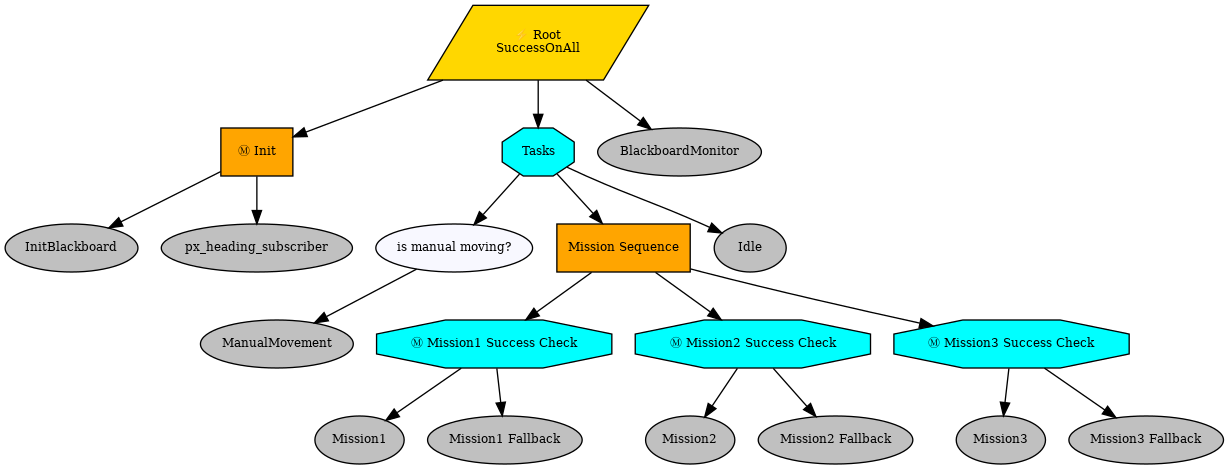
Above: root.png in AMV-UI/KKI-25 (Graphviz), before the change. Its source is kept beside it as root.dot.
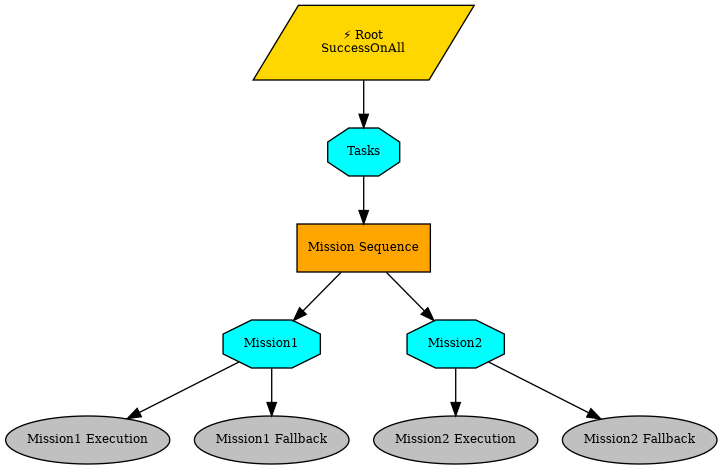
After the change.

Diff of the diagram source:
```diff
@@ -3,41 +3,21 @@
 graph [fontname="times-roman"];
 node [fontname="times-roman"];
 edge [fontname="times-roman"];
-Root [fillcolor=gold, fontcolor=black, fontsize=9, label="⚡ Root\nSuccessOnAll", shape=parallelogram, style=filled];
-Init [fillcolor=orange, fontcolor=black, fontsize=9, label="Ⓜ Init", shape=box, style=filled];
-Root -> Init;
-InitBlackboard [fillcolor=gray, fontcolor=black, fontsize=9, label=InitBlackboard, shape=ellipse, style=filled];
-Init -> InitBlackboard;
-px_heading_subscriber [fillcolor=gray, fontcolor=black, fontsize=9, label=px_heading_subscriber, shape=ellipse, style=filled];
-Init -> px_heading_subscriber;
-Tasks [fillcolor=cyan, fontcolor=black, fontsize=9, label=Tasks, shape=octagon, style=filled];
+Root [label="⚡ Root\nSuccessOnAll", shape=parallelogram, style=filled, fillcolor=gold, fontsize=9, fontcolor=black];
+Tasks [label=Tasks, shape=octagon, style=filled, fillcolor=cyan, fontsize=9, fontcolor=black];
 Root -> Tasks;
-"is manual moving?" [fillcolor=ghostwhite, fontcolor=black, fontsize=9, label="is manual moving?", shape=ellipse, style=filled];
-Tasks -> "is manual moving?";
-ManualMovement [fillcolor=gray, fontcolor=black, fontsize=9, label=ManualMovement, shape=ellipse, style=filled];
-"is manual moving?" -> ManualMovement;
-"Mission Sequence" [fillcolor=orange, fontcolor=black, fontsize=9, label="Mission Sequence", shape=box, style=filled];
+"Mission Sequence" [label="Mission Sequence", shape=box, style=filled, fillcolor=orange, fontsize=9, fontcolor=black];
 Tasks -> "Mission Sequence";
-"Mission1 Success Check" [fillcolor=cyan, fontcolor=black, fontsize=9, label="Ⓜ Mission1 Success Check", shape=octagon, style=filled];
-"Mission Sequence" -> "Mission1 Success Check";
-Mission1 [fillcolor=gray, fontcolor=black, fontsize=9, label=Mission1, shape=ellipse, style=filled];
-"Mission1 Success Check" -> Mission1;
-"Mission1 Fallback" [fillcolor=gray, fontcolor=black, fontsize=9, label="Mission1 Fallback", shape=ellipse, style=filled];
-"Mission1 Success Check" -> "Mission1 Fallback";
-"Mission2 Success Check" [fillcolor=cyan, fontcolor=black, fontsize=9, label="Ⓜ Mission2 Success Check", shape=octagon, style=filled];
-"Mission Sequence" -> "Mission2 Success Check";
-Mission2 [fillcolor=gray, fontcolor=black, fontsize=9, label=Mission2, shape=ellipse, style=filled];
-"Mission2 Success Check" -> Mission2;
-"Mission2 Fallback" [fillcolor=gray, fontcolor=black, fontsize=9, label="Mission2 Fallback", shape=ellipse, style=filled];
-"Mission2 Success Check" -> "Mission2 Fallback";
-"Mission3 Success Check" [fillcolor=cyan, fontcolor=black, fontsize=9, label="Ⓜ Mission3 Success Check", shape=octagon, style=filled];
-"Mission Sequence" -> "Mission3 Success Check";
-Mission3 [fillcolor=gray, fontcolor=black, fontsize=9, label=Mission3, shape=ellipse, style=filled];
-"Mission3 Success Check" -> Mission3;
-"Mission3 Fallback" [fillcolor=gray, fontcolor=black, fontsize=9, label="Mission3 Fallback", shape=ellipse, style=filled];
-"Mission3 Success Check" -> "Mission3 Fallback";
-Idle [fillcolor=gray, fontcolor=black, fontsize=9, label=Idle, shape=ellipse, style=filled];
-Tasks -> Idle;
-BlackboardMonitor [fillcolor=gray, fontcolor=black, fontsize=9, label=BlackboardMonitor, shape=ellipse, style=filled];
-Root -> BlackboardMonitor;
+Mission1 [label=Mission1, shape=octagon, style=filled, fillcolor=cyan, fontsize=9, fontcolor=black];
+"Mission Sequence" -> Mission1;
+"Mission1 Execution" [label="Mission1 Execution", shape=ellipse, style=filled, fillcolor=gray, fontsize=9, fontcolor=black];
+Mission1 -> "Mission1 Execution";
+"Mission1 Fallback" [label="Mission1 Fallback", shape=ellipse, style=filled, fillcolor=gray, fontsize=9, fontcolor=black];
+Mission1 -> "Mission1 Fallback";
+Mission2 [label=Mission2, shape=octagon, style=filled, fillcolor=cyan, fontsize=9, fontcolor=black];
+"Mission Sequence" -> Mission2;
+"Mission2 Execution" [label="Mission2 Execution", shape=ellipse, style=filled, fillcolor=gray, fontsize=9, fontcolor=black];
+Mission2 -> "Mission2 Execution";
+"Mission2 Fallback" [label="Mission2 Fallback", shape=ellipse, style=filled, fillcolor=gray, fontsize=9, fontcolor=black];
+Mission2 -> "Mission2 Fallback";
 }
```
